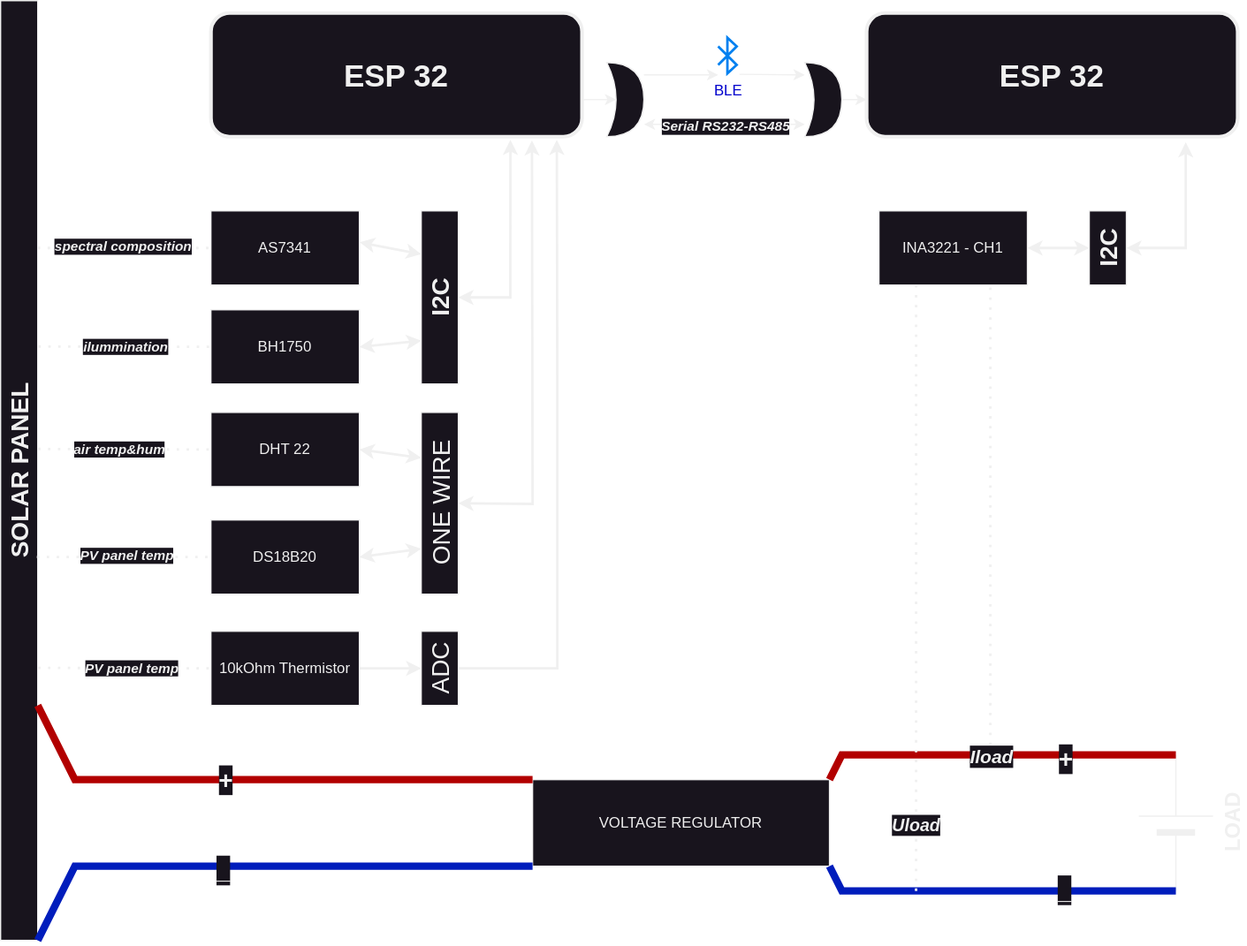
Before: SPMon_2025/prj.DOCS/General_HW_Diagram.svg, a diagram exported from draw.io (CodreanuDan/Solar_Panel_Monitoring_SPMon). Source tidied: cells renumbered, new cells last; positions are measured from the earlier drawing's top-left corner, leaving out a move shared by most shapes.
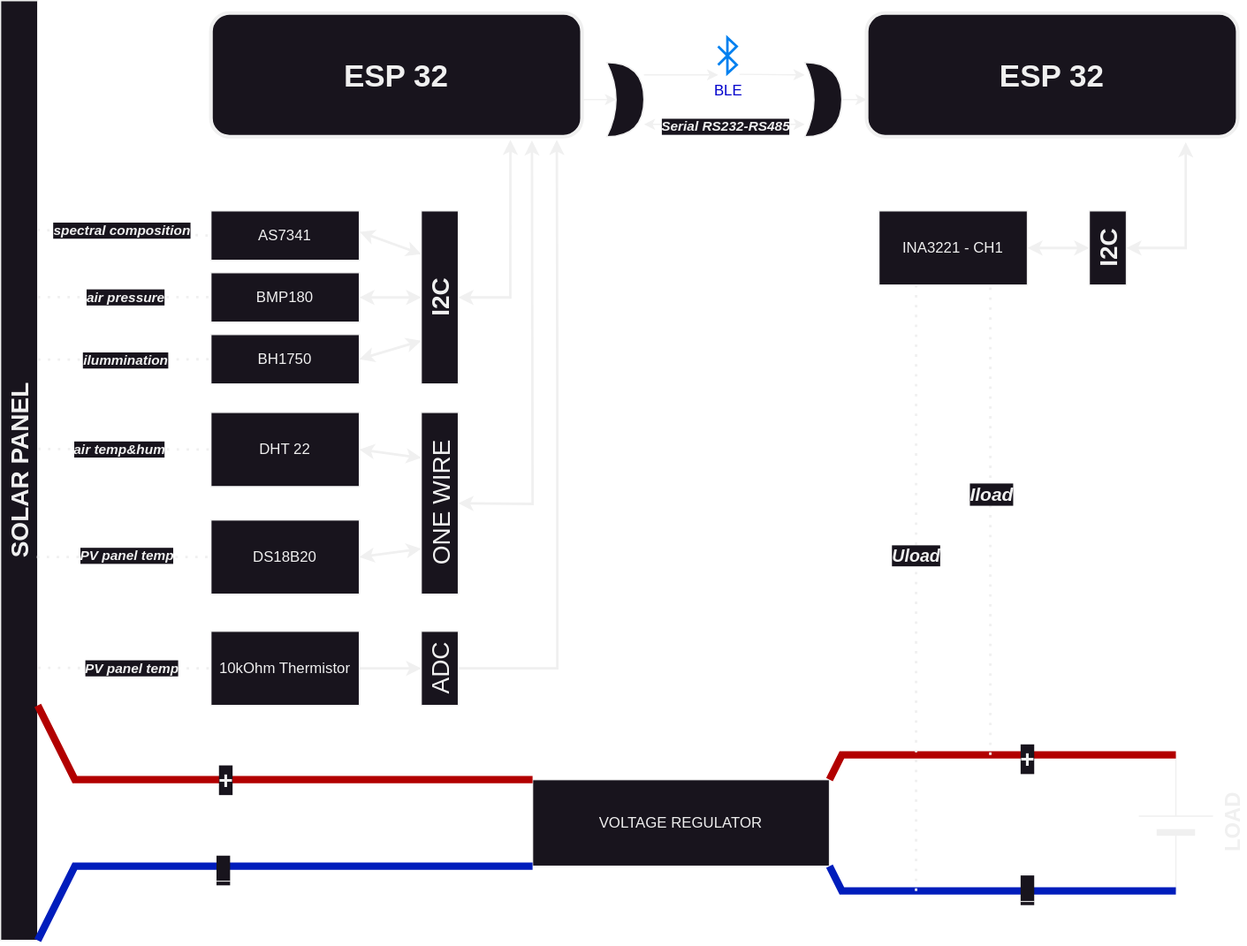
Later version of the same file.

Diff of the diagram source:
```diff
@@ -23,10 +23,10 @@
       <mxGeometry x="170" y="333" width="120" height="60" as="geometry" />
     </mxCell>
     <mxCell id="7" value="BH1750" style="rounded=0;whiteSpace=wrap;html=1;" parent="1" vertex="1">
-      <mxGeometry x="170" y="250" width="120" height="60" as="geometry" />
+      <mxGeometry x="170" y="270" width="120" height="40" as="geometry" />
     </mxCell>
     <mxCell id="8" value="AS7341" style="rounded=0;whiteSpace=wrap;html=1;" parent="1" vertex="1">
-      <mxGeometry x="170" y="170" width="120" height="60" as="geometry" />
+      <mxGeometry x="170" y="170" width="120" height="40" as="geometry" />
     </mxCell>
     <mxCell id="9" value="DS18B20" style="rounded=0;whiteSpace=wrap;html=1;" parent="1" vertex="1">
       <mxGeometry x="170" y="420" width="120" height="60" as="geometry" />
@@ -52,7 +52,7 @@
     </mxCell>
     <mxCell id="15" value="+" style="edgeLabel;html=1;align=center;verticalAlign=middle;fontSize=20;fontStyle=1;" parent="14" vertex="1">
       <mxGeometry x="0.23" y="-2" relative="1" as="geometry">
-        <mxPoint x="23" as="offset" />
+        <mxPoint x="-8" as="offset" />
       </mxGeometry>
     </mxCell>
     <mxCell id="16" style="endArrow=none;html=1;rounded=0;exitX=1;exitY=1;exitDx=0;exitDy=0;strokeWidth=6;fillColor=#0050ef;strokeColor=#001DBC;fontSize=20;fontStyle=1;" parent="1" edge="1" source="13">
@@ -65,7 +65,7 @@
     </mxCell>
     <mxCell id="17" value="_" style="edgeLabel;html=1;align=center;verticalAlign=middle;fontSize=20;fontStyle=1;" parent="16" vertex="1">
       <mxGeometry x="0.35" y="2" relative="1" as="geometry">
-        <mxPoint x="5" as="offset" />
+        <mxPoint x="-25" as="offset" />
       </mxGeometry>
     </mxCell>
     <mxCell id="18" style="endArrow=none;html=1;rounded=0;exitX=0;exitY=0;exitDx=0;exitDy=0;entryX=0.75;entryY=0;entryDx=0;entryDy=0;strokeWidth=6;fillColor=#e51400;strokeColor=#B20000;" parent="1" edge="1" source="13" target="4">
@@ -94,9 +94,7 @@
       </mxGeometry>
     </mxCell>
     <mxCell id="23" value="&lt;b style=&quot;font-size: 14px;&quot;&gt;Uload&lt;/b&gt;" style="edgeLabel;html=1;align=center;verticalAlign=middle;fontSize=14;fontStyle=2;" parent="22" vertex="1">
-      <mxGeometry x="0.11" y="1" relative="1" as="geometry">
-        <mxPoint y="218" as="offset" />
-      </mxGeometry>
+      <mxGeometry x="0.11" y="1" relative="1" as="geometry" />
     </mxCell>
     <mxCell id="24" style="endArrow=none;dashed=1;html=1;dashPattern=1 3;strokeWidth=2;rounded=0;entryX=0.75;entryY=1;entryDx=0;entryDy=0;" parent="1" edge="1" target="11">
       <mxGeometry relative="1" as="geometry">
@@ -104,9 +102,7 @@
       </mxGeometry>
     </mxCell>
     <mxCell id="25" value="&lt;b style=&quot;font-size: 15px;&quot;&gt;Iload&lt;/b&gt;" style="edgeLabel;html=1;align=center;verticalAlign=middle;fontSize=15;fontStyle=2;" parent="24" vertex="1">
-      <mxGeometry x="0.12" relative="1" as="geometry">
-        <mxPoint y="212" as="offset" />
-      </mxGeometry>
+      <mxGeometry x="0.12" relative="1" as="geometry" />
     </mxCell>
     <mxCell id="26" value="&lt;b&gt;&lt;font style=&quot;font-size: 20px;&quot;&gt;I2C&lt;/font&gt;&lt;/b&gt;" style="shape=rect;dashed=0;shadow=0;html=1;whiteSpace=wrap;direction=south;horizontal=0;" parent="1" vertex="1">
       <mxGeometry x="340" y="170" width="30" height="140" as="geometry" />
@@ -141,15 +137,13 @@
     <mxCell id="34" style="endArrow=classic;html=1;rounded=0;exitX=1;exitY=0.5;exitDx=0;exitDy=0;entryX=0.5;entryY=1;entryDx=0;entryDy=0;strokeWidth=2;" parent="1" edge="1" source="10" target="29">
       <mxGeometry relative="1" as="geometry" />
     </mxCell>
-    <mxCell id="35" style="endArrow=none;dashed=1;html=1;dashPattern=1 3;strokeWidth=2;rounded=0;entryX=0;entryY=0.5;entryDx=0;entryDy=0;" parent="1" edge="1" target="8">
-      <mxGeometry relative="1" as="geometry">
-        <mxPoint x="30" y="200" as="sourcePoint" />
-      </mxGeometry>
+    <mxCell id="35" style="endArrow=none;dashed=1;html=1;dashPattern=1 3;strokeWidth=2;rounded=0;entryX=0;entryY=0.5;entryDx=0;entryDy=0;exitX=0.244;exitY=0.014;exitDx=0;exitDy=0;exitPerimeter=0;" parent="1" edge="1" source="4" target="8">
+      <mxGeometry relative="1" as="geometry" />
     </mxCell>
     <mxCell id="36" value="spectral composition" style="edgeLabel;html=1;align=center;verticalAlign=middle;fontStyle=3;" parent="35" vertex="1">
       <mxGeometry x="-0.03" y="2" relative="1" as="geometry" />
     </mxCell>
-    <mxCell id="37" style="endArrow=none;dashed=1;html=1;dashPattern=1 3;strokeWidth=2;rounded=0;entryX=0;entryY=0.5;entryDx=0;entryDy=0;exitX=0.368;exitY=-0.017;exitDx=0;exitDy=0;exitPerimeter=0;" parent="1" edge="1" source="4" target="7">
+    <mxCell id="37" style="endArrow=none;dashed=1;html=1;dashPattern=1 3;strokeWidth=2;rounded=0;entryX=0;entryY=0.5;entryDx=0;entryDy=0;exitX=0.382;exitY=-0.005;exitDx=0;exitDy=0;exitPerimeter=0;" parent="1" edge="1" source="4" target="7">
       <mxGeometry relative="1" as="geometry" />
     </mxCell>
     <mxCell id="38" value="ilummination" style="edgeLabel;html=1;align=center;verticalAlign=middle;fontStyle=3;" parent="37" vertex="1">
@@ -234,5 +228,22 @@
     <mxCell id="57" style="edgeStyle=orthogonalEdgeStyle;rounded=0;jettySize=auto;html=1;entryX=0;entryY=0.7;entryDx=0;entryDy=0;entryPerimeter=0;" parent="1" edge="1" source="55" target="5">
       <mxGeometry relative="1" as="geometry" />
     </mxCell>
+    <mxCell id="58" value="BMP180" style="rounded=0;whiteSpace=wrap;html=1;" parent="1" vertex="1">
+      <mxGeometry x="170" y="220" width="120" height="40" as="geometry" />
+    </mxCell>
+    <mxCell id="59" style="endArrow=classic;startArrow=classic;html=1;rounded=0;entryX=1;entryY=0.5;entryDx=0;entryDy=0;exitX=0.5;exitY=1;exitDx=0;exitDy=0;strokeWidth=2;" parent="1" edge="1" source="26" target="58">
+      <mxGeometry relative="1" as="geometry" />
+    </mxCell>
+    <mxCell id="60" style="endArrow=none;dashed=1;html=1;dashPattern=1 3;strokeWidth=2;rounded=0;entryX=0;entryY=0.5;entryDx=0;entryDy=0;exitX=0.382;exitY=-0.005;exitDx=0;exitDy=0;exitPerimeter=0;" parent="1" edge="1">
+      <mxGeometry relative="1" as="geometry">
+        <mxPoint x="30" y="239.7" as="sourcePoint" />
+        <mxPoint x="170" y="239.7" as="targetPoint" />
+      </mxGeometry>
+    </mxCell>
+    <mxCell id="61" value="air pressure" style="edgeLabel;html=1;align=center;verticalAlign=middle;fontStyle=3;" parent="60" vertex="1">
+      <mxGeometry x="-0.36" y="1" relative="1" as="geometry">
+        <mxPoint x="25" y="1" as="offset" />
+      </mxGeometry>
+    </mxCell>
   </root>
 </mxGraphModel>
```
